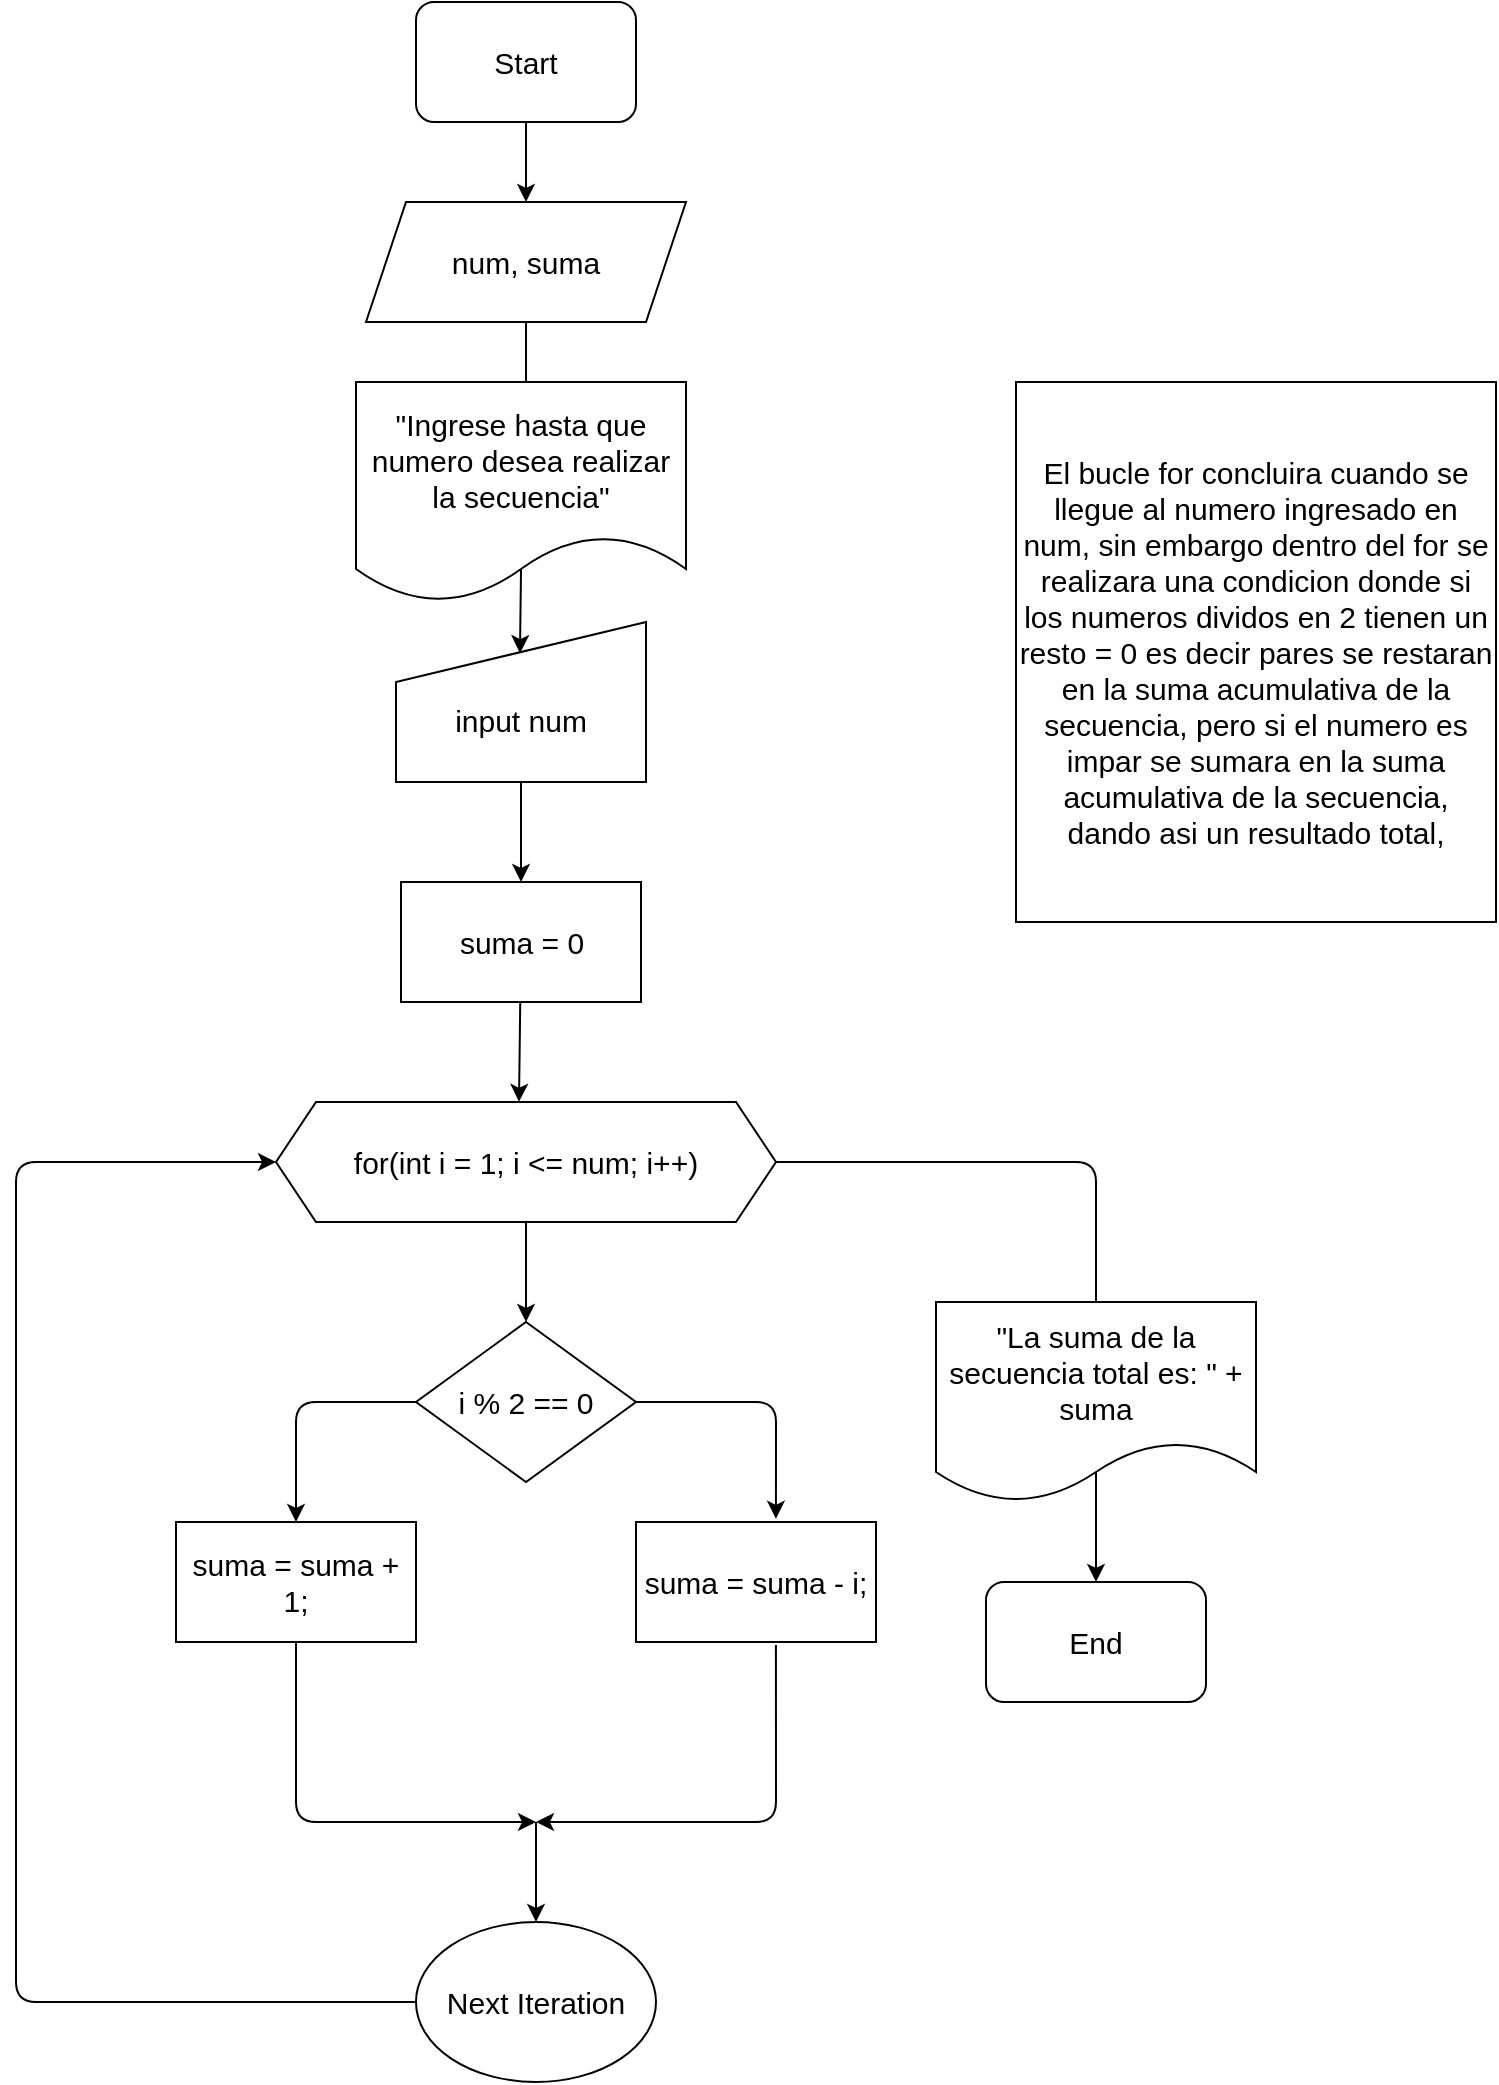
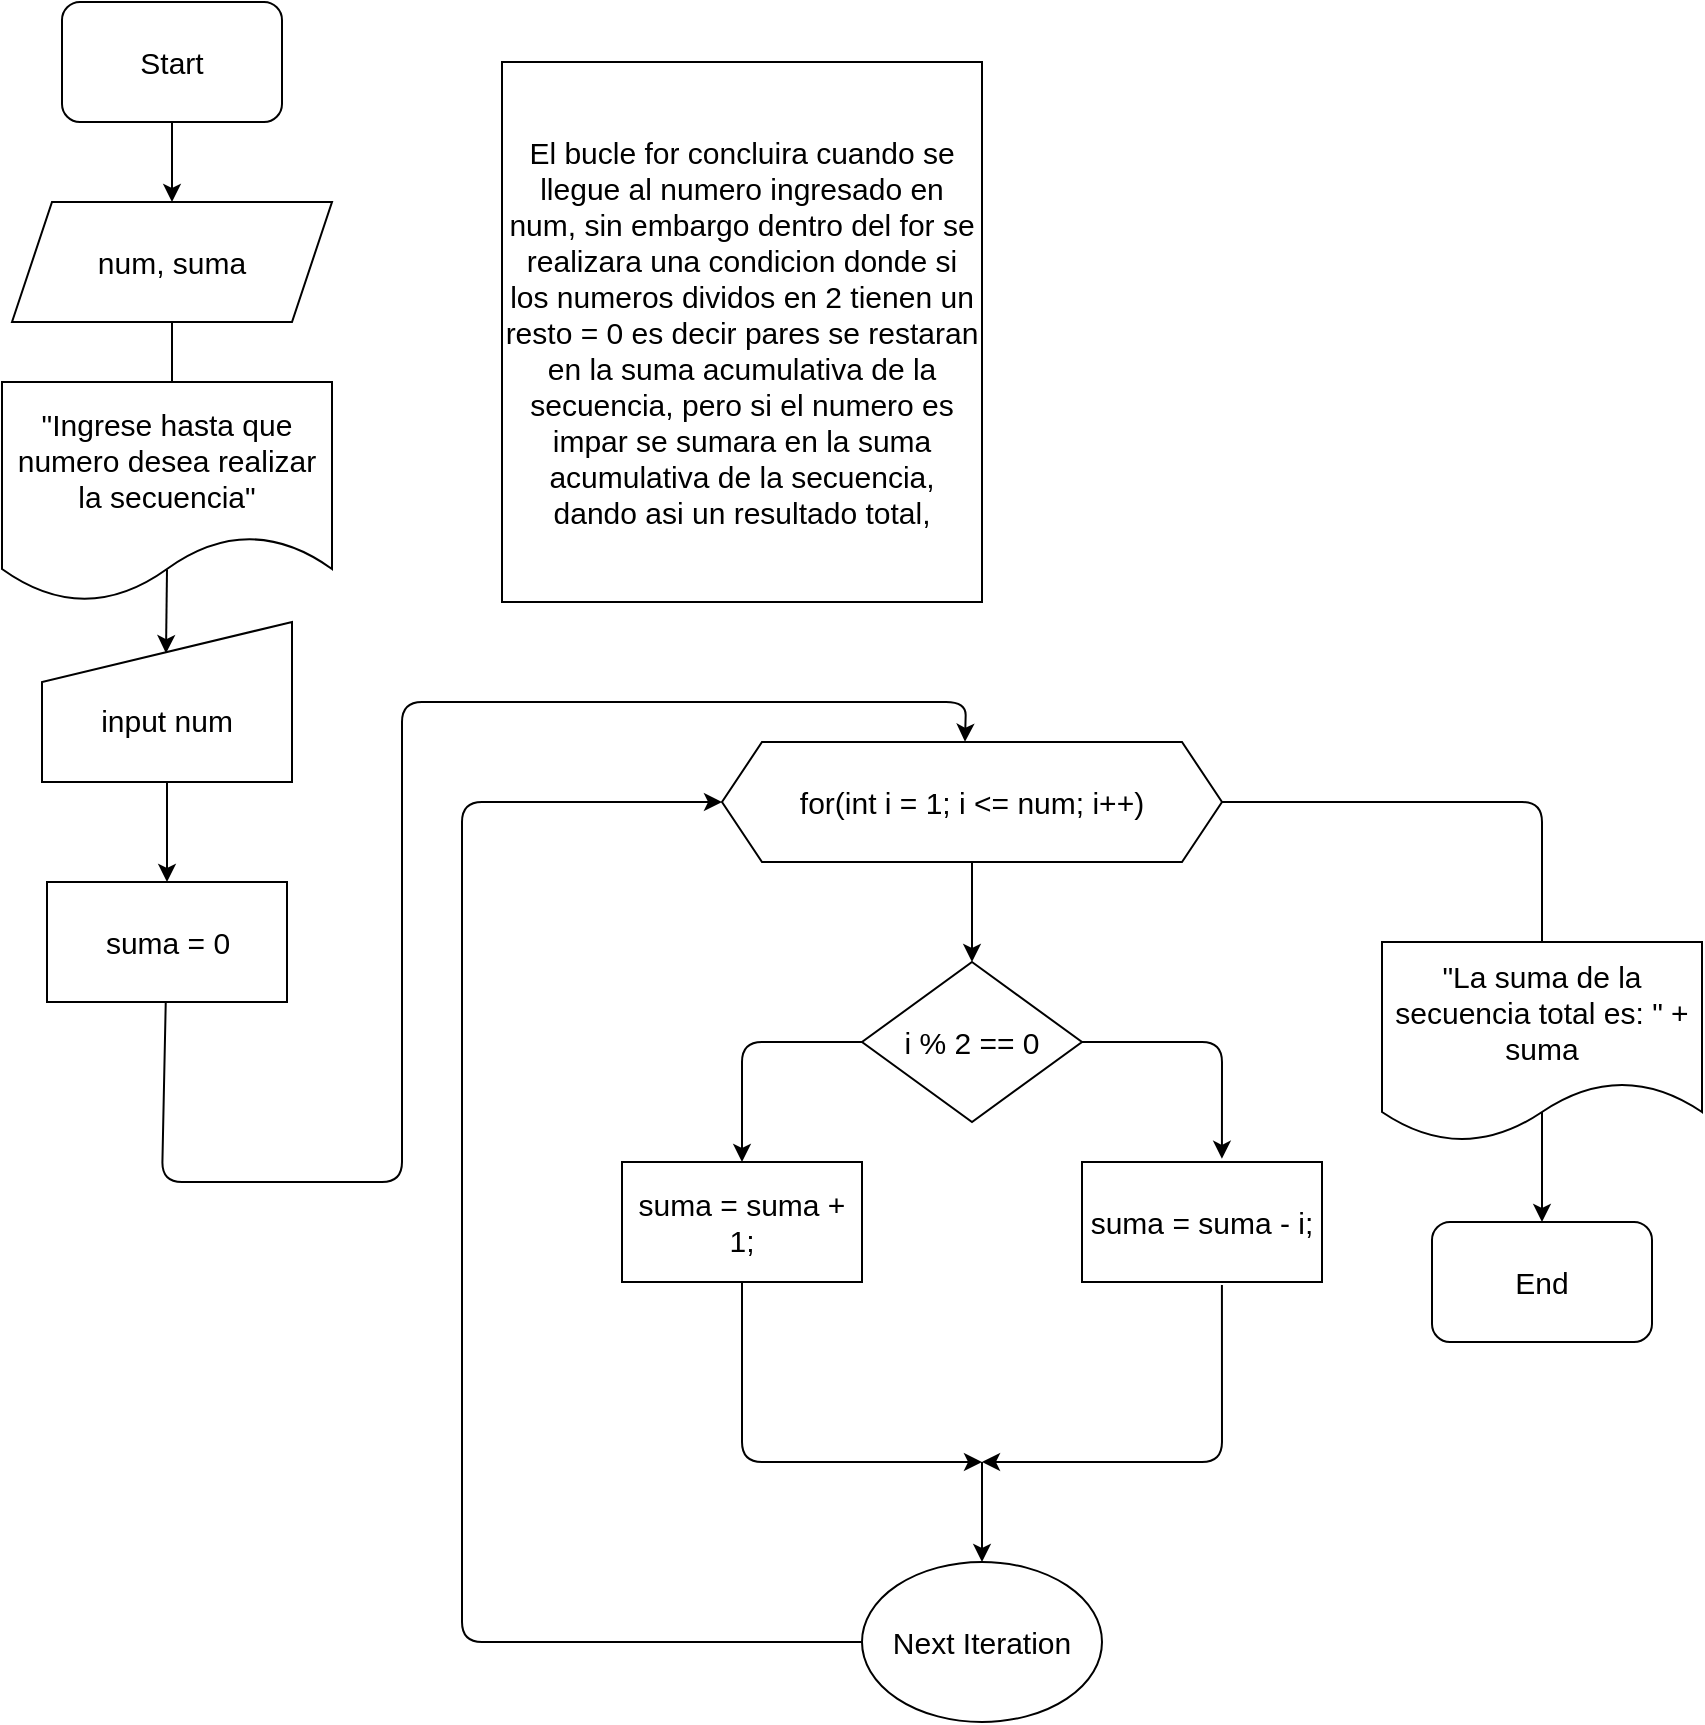
<mxfile host="65bd71144e">
    <diagram id="zF33TE6D5cPjfDigW370" name="Page-1">
-         <mxGraphModel dx="1761" dy="921" grid="1" gridSize="10" guides="1" tooltips="1" connect="1" arrows="1" fold="1" page="1" pageScale="1" pageWidth="850" pageHeight="1100" math="0" shadow="0">
+         <mxGraphModel dx="1715" dy="1022" grid="1" gridSize="10" guides="1" tooltips="1" connect="1" arrows="1" fold="1" page="1" pageScale="1" pageWidth="850" pageHeight="1100" math="0" shadow="0">
            <root>
                <mxCell id="0"/>
                <mxCell id="1" parent="0"/>
                <mxCell id="3" style="edgeStyle=none;html=1;fontSize=15;" parent="1" source="2" edge="1">
                    <mxGeometry relative="1" as="geometry">
                        <mxPoint x="435" y="110" as="targetPoint"/>
                    </mxGeometry>
                </mxCell>
                <mxCell id="2" value="Start" style="rounded=1;whiteSpace=wrap;html=1;fontSize=15;" parent="1" vertex="1">
                    <mxGeometry x="380" y="10" width="110" height="60" as="geometry"/>
                </mxCell>
                <mxCell id="5" style="edgeStyle=none;html=1;fontSize=15;" parent="1" source="4" edge="1">
                    <mxGeometry relative="1" as="geometry">
                        <mxPoint x="435" y="210" as="targetPoint"/>
                    </mxGeometry>
                </mxCell>
                <mxCell id="4" value="num, suma" style="shape=parallelogram;perimeter=parallelogramPerimeter;whiteSpace=wrap;html=1;fixedSize=1;fontSize=15;" parent="1" vertex="1">
                    <mxGeometry x="355" y="110" width="160" height="60" as="geometry"/>
                </mxCell>
                <mxCell id="7" style="edgeStyle=none;html=1;exitX=0.5;exitY=0.852;exitDx=0;exitDy=0;exitPerimeter=0;entryX=0.496;entryY=0.195;entryDx=0;entryDy=0;entryPerimeter=0;fontSize=15;" parent="1" source="6" target="11" edge="1">
                    <mxGeometry relative="1" as="geometry">
                        <mxPoint x="432.5" y="330" as="targetPoint"/>
                    </mxGeometry>
                </mxCell>
                <mxCell id="6" value="&quot;Ingrese hasta que numero desea realizar la secuencia&quot;" style="shape=document;whiteSpace=wrap;html=1;boundedLbl=1;fontSize=15;" parent="1" vertex="1">
                    <mxGeometry x="350" y="200" width="165" height="110" as="geometry"/>
                </mxCell>
                <mxCell id="13" value="" style="edgeStyle=none;html=1;fontSize=15;" parent="1" source="11" target="12" edge="1">
                    <mxGeometry relative="1" as="geometry"/>
                </mxCell>
                <mxCell id="11" value="&lt;div&gt;&lt;br&gt;&lt;/div&gt;&lt;div&gt;input num&lt;/div&gt;" style="shape=manualInput;whiteSpace=wrap;html=1;fontSize=15;" parent="1" vertex="1">
                    <mxGeometry x="370" y="320" width="125" height="80" as="geometry"/>
                </mxCell>
                <mxCell id="16" style="edgeStyle=none;html=1;entryX=0.486;entryY=-0.002;entryDx=0;entryDy=0;entryPerimeter=0;fontSize=15;" parent="1" source="12" target="14" edge="1">
-                     <mxGeometry relative="1" as="geometry"/>
+                     <mxGeometry relative="1" as="geometry">
+                         <Array as="points">
+                             <mxPoint x="430" y="600"/>
+                             <mxPoint x="550" y="600"/>
+                             <mxPoint x="550" y="360"/>
+                             <mxPoint x="832" y="360"/>
+                         </Array>
+                     </mxGeometry>
                </mxCell>
                <mxCell id="12" value="suma = 0" style="whiteSpace=wrap;html=1;fontSize=15;" parent="1" vertex="1">
                    <mxGeometry x="372.5" y="450" width="120" height="60" as="geometry"/>
                </mxCell>
                <mxCell id="18" value="" style="edgeStyle=none;html=1;fontSize=15;" parent="1" source="14" target="17" edge="1">
                    <mxGeometry relative="1" as="geometry"/>
                </mxCell>
                <mxCell id="32" style="edgeStyle=none;html=1;fontSize=15;" parent="1" source="14" edge="1">
                    <mxGeometry relative="1" as="geometry">
-                         <mxPoint x="720" y="670" as="targetPoint"/>
+                         <mxPoint x="1120" y="490" as="targetPoint"/>
                        <Array as="points">
-                             <mxPoint x="720" y="590"/>
+                             <mxPoint x="1120" y="410"/>
                        </Array>
                    </mxGeometry>
                </mxCell>
                <mxCell id="14" value="for(int i = 1; i &amp;lt;= num; i++)" style="shape=hexagon;perimeter=hexagonPerimeter2;whiteSpace=wrap;html=1;fixedSize=1;fontSize=15;" parent="1" vertex="1">
-                     <mxGeometry x="310" y="560" width="250" height="60" as="geometry"/>
+                     <mxGeometry x="710" y="380" width="250" height="60" as="geometry"/>
                </mxCell>
                <mxCell id="22" value="" style="edgeStyle=none;html=1;exitX=1;exitY=0.5;exitDx=0;exitDy=0;entryX=0.583;entryY=-0.027;entryDx=0;entryDy=0;entryPerimeter=0;fontSize=15;" parent="1" source="17" target="21" edge="1">
                    <mxGeometry relative="1" as="geometry">
                        <Array as="points">
-                             <mxPoint x="560" y="710"/>
+                             <mxPoint x="960" y="530"/>
                        </Array>
                    </mxGeometry>
                </mxCell>
                <mxCell id="25" style="edgeStyle=none;html=1;entryX=0.5;entryY=0;entryDx=0;entryDy=0;fontSize=15;" parent="1" source="17" target="24" edge="1">
                    <mxGeometry relative="1" as="geometry">
                        <Array as="points">
-                             <mxPoint x="320" y="710"/>
+                             <mxPoint x="720" y="530"/>
                        </Array>
                    </mxGeometry>
                </mxCell>
                <mxCell id="17" value="i % 2 == 0" style="rhombus;whiteSpace=wrap;html=1;fontSize=15;" parent="1" vertex="1">
-                     <mxGeometry x="380" y="670" width="110" height="80" as="geometry"/>
+                     <mxGeometry x="780" y="490" width="110" height="80" as="geometry"/>
                </mxCell>
                <mxCell id="27" style="edgeStyle=none;html=1;exitX=0.583;exitY=1.025;exitDx=0;exitDy=0;exitPerimeter=0;fontSize=15;" parent="1" source="21" edge="1">
                    <mxGeometry relative="1" as="geometry">
-                         <mxPoint x="440" y="920" as="targetPoint"/>
+                         <mxPoint x="840" y="740" as="targetPoint"/>
                        <Array as="points">
-                             <mxPoint x="560" y="920"/>
+                             <mxPoint x="960" y="740"/>
                        </Array>
                    </mxGeometry>
                </mxCell>
                <mxCell id="21" value="suma = suma - i;" style="whiteSpace=wrap;html=1;fontSize=15;" parent="1" vertex="1">
-                     <mxGeometry x="490" y="770" width="120" height="60" as="geometry"/>
+                     <mxGeometry x="890" y="590" width="120" height="60" as="geometry"/>
                </mxCell>
                <mxCell id="26" style="edgeStyle=none;html=1;fontSize=15;" parent="1" source="24" edge="1">
                    <mxGeometry relative="1" as="geometry">
-                         <mxPoint x="440" y="920" as="targetPoint"/>
+                         <mxPoint x="840" y="740" as="targetPoint"/>
                        <Array as="points">
-                             <mxPoint x="320" y="920"/>
+                             <mxPoint x="720" y="740"/>
                        </Array>
                    </mxGeometry>
                </mxCell>
                <mxCell id="24" value="suma = suma + 1;" style="whiteSpace=wrap;html=1;fontSize=15;" parent="1" vertex="1">
-                     <mxGeometry x="260" y="770" width="120" height="60" as="geometry"/>
+                     <mxGeometry x="660" y="590" width="120" height="60" as="geometry"/>
                </mxCell>
                <mxCell id="31" style="edgeStyle=none;html=1;entryX=0;entryY=0.5;entryDx=0;entryDy=0;fontSize=15;" parent="1" source="29" target="14" edge="1">
                    <mxGeometry relative="1" as="geometry">
                        <Array as="points">
-                             <mxPoint x="180" y="1010"/>
-                             <mxPoint x="180" y="590"/>
+                             <mxPoint x="580" y="830"/>
+                             <mxPoint x="580" y="410"/>
                        </Array>
                    </mxGeometry>
                </mxCell>
                <mxCell id="29" value="Next Iteration" style="ellipse;whiteSpace=wrap;html=1;fontSize=15;" parent="1" vertex="1">
-                     <mxGeometry x="380" y="970" width="120" height="80" as="geometry"/>
+                     <mxGeometry x="780" y="790" width="120" height="80" as="geometry"/>
                </mxCell>
                <mxCell id="30" value="" style="edgeStyle=none;orthogonalLoop=1;jettySize=auto;html=1;entryX=0.5;entryY=0;entryDx=0;entryDy=0;fontSize=15;" parent="1" target="29" edge="1">
                    <mxGeometry width="100" relative="1" as="geometry">
-                         <mxPoint x="440" y="920" as="sourcePoint"/>
-                         <mxPoint x="570" y="970" as="targetPoint"/>
+                         <mxPoint x="840" y="740" as="sourcePoint"/>
+                         <mxPoint x="970" y="790" as="targetPoint"/>
                        <Array as="points"/>
                    </mxGeometry>
                </mxCell>
                <mxCell id="35" style="edgeStyle=none;html=1;entryX=0.5;entryY=0;entryDx=0;entryDy=0;exitX=0.5;exitY=0.828;exitDx=0;exitDy=0;exitPerimeter=0;fontSize=15;" parent="1" source="33" target="34" edge="1">
                    <mxGeometry relative="1" as="geometry"/>
                </mxCell>
                <mxCell id="33" value="&quot;La suma de la secuencia total es: &quot; + suma" style="shape=document;whiteSpace=wrap;html=1;boundedLbl=1;fontSize=15;" parent="1" vertex="1">
-                     <mxGeometry x="640" y="660" width="160" height="100" as="geometry"/>
+                     <mxGeometry x="1040" y="480" width="160" height="100" as="geometry"/>
                </mxCell>
                <mxCell id="34" value="End" style="rounded=1;whiteSpace=wrap;html=1;fontSize=15;" parent="1" vertex="1">
-                     <mxGeometry x="665" y="800" width="110" height="60" as="geometry"/>
+                     <mxGeometry x="1065" y="620" width="110" height="60" as="geometry"/>
                </mxCell>
-                 <mxCell id="36" value="El bucle for concluira cuando se llegue al numero ingresado en num, sin embargo dentro del for se realizara una condicion donde si los numeros dividos en 2 tienen un resto = 0 es decir pares se restaran en la suma acumulativa de la secuencia, pero si el numero es impar se sumara en la suma acumulativa de la secuencia, dando asi un resultado total," style="whiteSpace=wrap;html=1;fontSize=15;" vertex="1" parent="1">
-                     <mxGeometry x="680" y="200" width="240" height="270" as="geometry"/>
+                 <mxCell id="36" value="El bucle for concluira cuando se llegue al numero ingresado en num, sin embargo dentro del for se realizara una condicion donde si los numeros dividos en 2 tienen un resto = 0 es decir pares se restaran en la suma acumulativa de la secuencia, pero si el numero es impar se sumara en la suma acumulativa de la secuencia, dando asi un resultado total," style="whiteSpace=wrap;html=1;fontSize=15;" parent="1" vertex="1">
+                     <mxGeometry x="600" y="40" width="240" height="270" as="geometry"/>
                </mxCell>
            </root>
        </mxGraphModel>
    </diagram>
</mxfile>